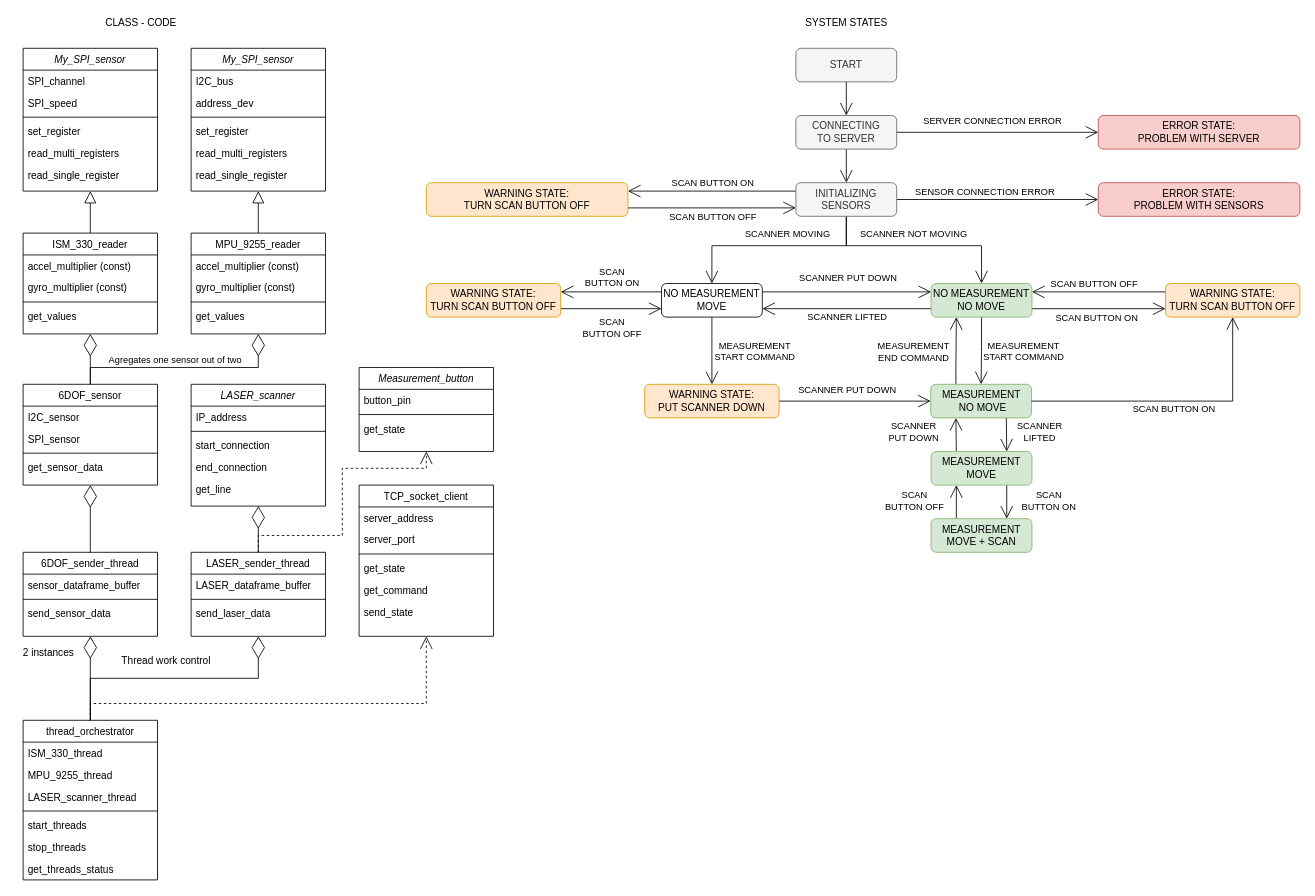
This is rp_client/rp_client_UML_diagram.drawio from adam-wojewoda/scan_3d_MGR, a draw.io file, before an edit. Source tidied: cells renumbered, new cells numbered last; positions are measured from the earlier drawing's top-left corner, leaving out a move shared by most shapes. Both pictures are drawn from the tidied source at 84%, with x=0, y=0 at pixel (14, 14).
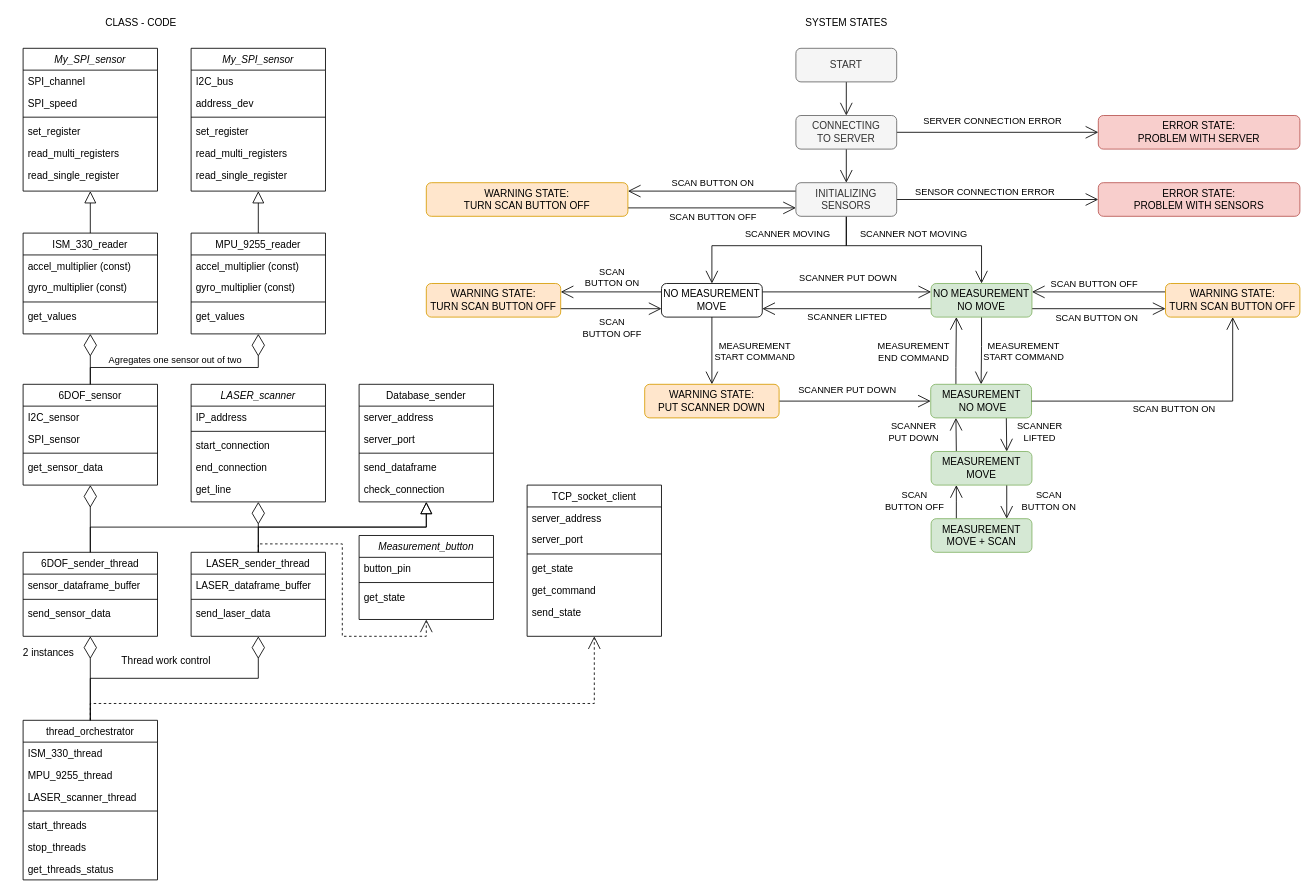
After the change.

Commit message:
Updated UML raspberry diagram

The change refers to these unchanged cells:
```xml
<mxCell id="42" value="6DOF_sender_thread" style="swimlane;fontStyle=0;align=center;verticalAlign=top;horizontal=1;startSize=26;rounded=0;shadow=0;strokeWidth=1;" parent="1" vertex="1">
  <mxGeometry x="10" y="640" width="160" height="100" as="geometry" />
</mxCell>
<mxCell id="46" value="LASER_sender_thread" style="swimlane;fontStyle=0;align=center;verticalAlign=top;horizontal=1;startSize=26;rounded=0;shadow=0;strokeWidth=1;" parent="1" vertex="1">
  <mxGeometry x="210" y="640" width="160" height="100" as="geometry" />
</mxCell>
<mxCell id="52" value="thread_orchestrator" style="swimlane;fontStyle=0;align=center;verticalAlign=top;horizontal=1;startSize=26;rounded=0;shadow=0;strokeWidth=1;" parent="1" vertex="1">
  <mxGeometry x="10" y="840" width="160" height="190" as="geometry" />
</mxCell>
```

Diff of the diagram source:
```diff
@@
     <mxCell id="36" value="LASER_scanner" style="swimlane;fontStyle=2;align=center;verticalAlign=top;horizontal=1;startSize=26;rounded=0;shadow=0;strokeWidth=1;" parent="1" vertex="1">
-      <mxGeometry x="210" y="440" width="160" height="145" as="geometry" />
+      <mxGeometry x="210" y="440" width="160" height="140" as="geometry" />
     </mxCell>
@@
     <mxCell id="64" value="TCP_socket_client" style="swimlane;fontStyle=0;align=center;verticalAlign=top;horizontal=1;startSize=26;rounded=0;shadow=0;strokeWidth=1;" parent="1" vertex="1">
-      <mxGeometry x="410" y="560" width="160" height="180" as="geometry" />
+      <mxGeometry x="610" y="560" width="160" height="180" as="geometry" />
     </mxCell>
@@
     <mxCell id="71" style="endArrow=open;endFill=0;endSize=13;html=1;rounded=0;edgeStyle=orthogonalEdgeStyle;exitX=0.5;exitY=0;exitDx=0;exitDy=0;entryX=0.5;entryY=1;entryDx=0;entryDy=0;jumpSize=6;dashed=1;" parent="1" edge="1" source="52" target="64">
       <mxGeometry relative="1" as="geometry">
         <Array as="points">
           <mxPoint x="90" y="820" />
-          <mxPoint x="490" y="820" />
+          <mxPoint x="690" y="820" />
         </Array>
       </mxGeometry>
     </mxCell>
@@
     <mxCell id="102" value="Measurement_button" style="swimlane;fontStyle=2;align=center;verticalAlign=top;horizontal=1;startSize=26;rounded=0;shadow=0;strokeWidth=1;" parent="1" vertex="1">
-      <mxGeometry x="410" y="420" width="160" height="100" as="geometry" />
+      <mxGeometry x="410" y="620" width="160" height="100" as="geometry" />
     </mxCell>
@@
     <mxCell id="106" style="endArrow=open;endFill=0;endSize=13;html=1;rounded=0;edgeStyle=orthogonalEdgeStyle;exitX=0.5;exitY=0;exitDx=0;exitDy=0;entryX=0.5;entryY=1;entryDx=0;entryDy=0;jumpSize=6;dashed=1;" parent="1" edge="1" source="46" target="102">
       <mxGeometry relative="1" as="geometry">
         <Array as="points">
-          <mxPoint x="290" y="620" />
-          <mxPoint x="390" y="620" />
-          <mxPoint x="390" y="540" />
-          <mxPoint x="490" y="540" />
+          <mxPoint x="290" y="630" />
+          <mxPoint x="390" y="630" />
+          <mxPoint x="390" y="740" />
+          <mxPoint x="490" y="740" />
         </Array>
       </mxGeometry>
     </mxCell>
@@
+    <mxCell id="137" value="Database_sender" style="swimlane;fontStyle=0;align=center;verticalAlign=top;horizontal=1;startSize=26;rounded=0;shadow=0;strokeWidth=1;" parent="1" vertex="1">
+      <mxGeometry x="410" y="440" width="160" height="140" as="geometry" />
+    </mxCell>
+    <mxCell id="138" value="server_address" style="text;align=left;verticalAlign=top;spacingLeft=4;spacingRight=4;overflow=hidden;rounded=0;shadow=0;html=0;" parent="137" vertex="1">
+      <mxGeometry y="26" width="160" height="26" as="geometry" />
+    </mxCell>
+    <mxCell id="139" value="server_port" style="text;align=left;verticalAlign=top;spacingLeft=4;spacingRight=4;overflow=hidden;rounded=0;shadow=0;html=0;" parent="137" vertex="1">
+      <mxGeometry y="52" width="160" height="26" as="geometry" />
+    </mxCell>
+    <mxCell id="140" style="line;html=1;strokeWidth=1;align=left;verticalAlign=middle;spacingTop=-1;spacingLeft=3;spacingRight=3;labelPosition=right;" parent="137" vertex="1">
+      <mxGeometry y="78" width="160" height="8" as="geometry" />
+    </mxCell>
+    <mxCell id="141" value="send_dataframe" style="text;align=left;verticalAlign=top;spacingLeft=4;spacingRight=4;overflow=hidden;fontStyle=0;" parent="137" vertex="1">
+      <mxGeometry y="86" width="160" height="26" as="geometry" />
+    </mxCell>
+    <mxCell id="142" value="check_connection" style="text;align=left;verticalAlign=top;spacingLeft=4;spacingRight=4;overflow=hidden;fontStyle=0;" parent="137" vertex="1">
+      <mxGeometry y="112" width="160" height="26" as="geometry" />
+    </mxCell>
+    <mxCell id="143" style="endArrow=block;endFill=0;endSize=12;html=1;rounded=0;edgeStyle=orthogonalEdgeStyle;exitX=0.5;exitY=0;exitDx=0;exitDy=0;entryX=0.5;entryY=1;entryDx=0;entryDy=0;" parent="1" edge="1" source="46" target="137">
+      <mxGeometry relative="1" as="geometry">
+        <Array as="points">
+          <mxPoint x="290" y="610" />
+          <mxPoint x="490" y="610" />
+        </Array>
+      </mxGeometry>
+    </mxCell>
+    <mxCell id="144" style="endArrow=block;endFill=0;endSize=12;html=1;rounded=0;edgeStyle=orthogonalEdgeStyle;exitX=0.5;exitY=0;exitDx=0;exitDy=0;entryX=0.5;entryY=1;entryDx=0;entryDy=0;" parent="1" edge="1" source="42" target="137">
+      <mxGeometry relative="1" as="geometry">
+        <Array as="points">
+          <mxPoint x="90" y="610" />
+          <mxPoint x="490" y="610" />
+        </Array>
+      </mxGeometry>
+    </mxCell>
```
